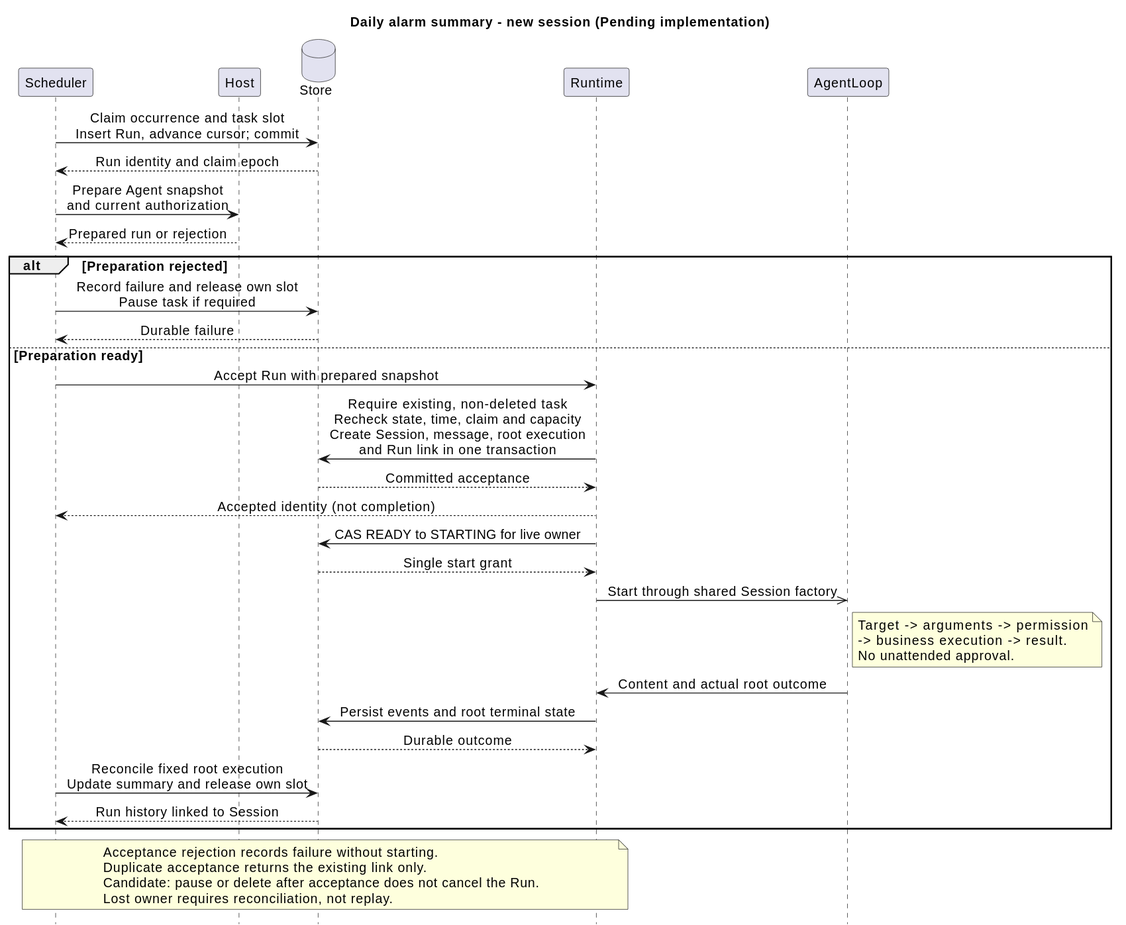
ssm0808/pi-mono-java-design keeps this PlantUML diagram as 01-总体架构/08-CampusClaw定时任务/scheduled_run_sequence.svg. Above is the earlier version.
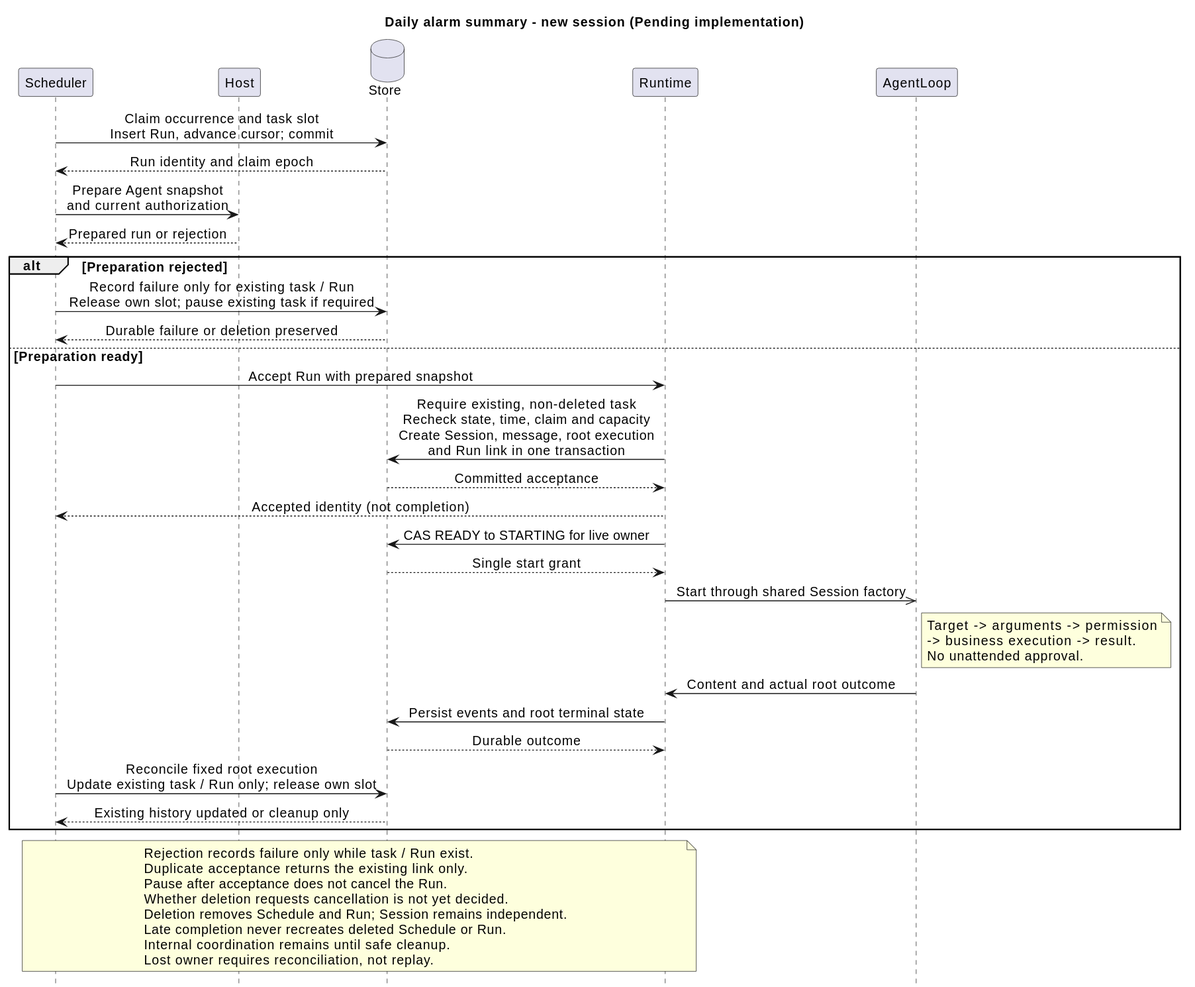
The same diagram one commit later.

Commit message:
docs(schedule): delete runs with schedules and retain sessions

Diff of the diagram source:
```diff
@@ -14,8 +14,8 @@
 Scheduler -> Host : Prepare Agent snapshot\nand current authorization
 Host --> Scheduler : Prepared run or rejection
 alt Preparation rejected
-  Scheduler -> Store : Record failure and release own slot\nPause task if required
-  Store --> Scheduler : Durable failure
+  Scheduler -> Store : Record failure only for existing task / Run\nRelease own slot; pause existing task if required
+  Store --> Scheduler : Durable failure or deletion preserved
 else Preparation ready
   Scheduler -> Runtime : Accept Run with prepared snapshot
   Runtime -> Store : Require existing, non-deleted task\nRecheck state, time, claim and capacity\nCreate Session, message, root execution\nand Run link in one transaction
@@ -32,13 +32,17 @@
   AgentLoop -> Runtime : Content and actual root outcome
   Runtime -> Store : Persist events and root terminal state
   Store --> Runtime : Durable outcome
-  Scheduler -> Store : Reconcile fixed root execution\nUpdate summary and release own slot
-  Store --> Scheduler : Run history linked to Session
+  Scheduler -> Store : Reconcile fixed root execution\nUpdate existing task / Run only; release own slot
+  Store --> Scheduler : Existing history updated or cleanup only
 end
 note over Scheduler, Runtime
-  Acceptance rejection records failure without starting.
+  Rejection records failure only while task / Run exist.
   Duplicate acceptance returns the existing link only.
-  Candidate: pause or delete after acceptance does not cancel the Run.
+  Pause after acceptance does not cancel the Run.
+  Whether deletion requests cancellation is not yet decided.
+  Deletion removes Schedule and Run; Session remains independent.
+  Late completion never recreates deleted Schedule or Run.
+  Internal coordination remains until safe cleanup.
   Lost owner requires reconciliation, not replay.
 end note
 @enduml
```
